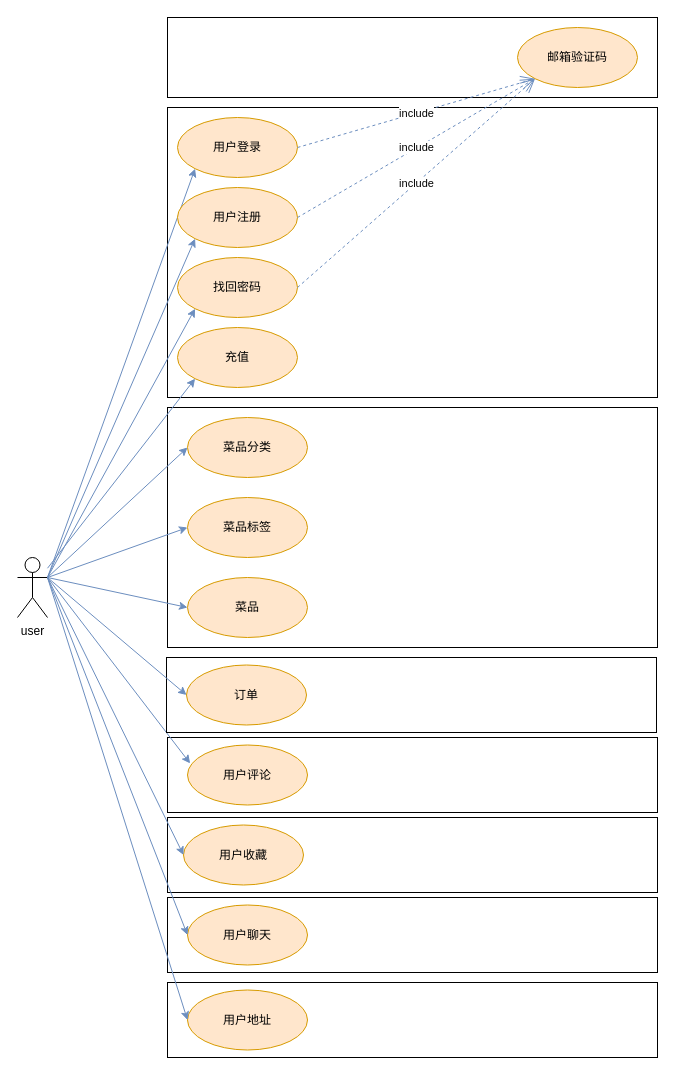
Earlier version of the draw.io diagram prds/uml用例图.drawio (matrix-johnjohn/EatGo-Ordering-App). Source tidied: cells renumbered, new cells numbered last; positions are measured from the earlier drawing's top-left corner, leaving out a move shared by most shapes. Both pictures are drawn from the tidied source at 100%, with x=0, y=0 at pixel (17, 17).
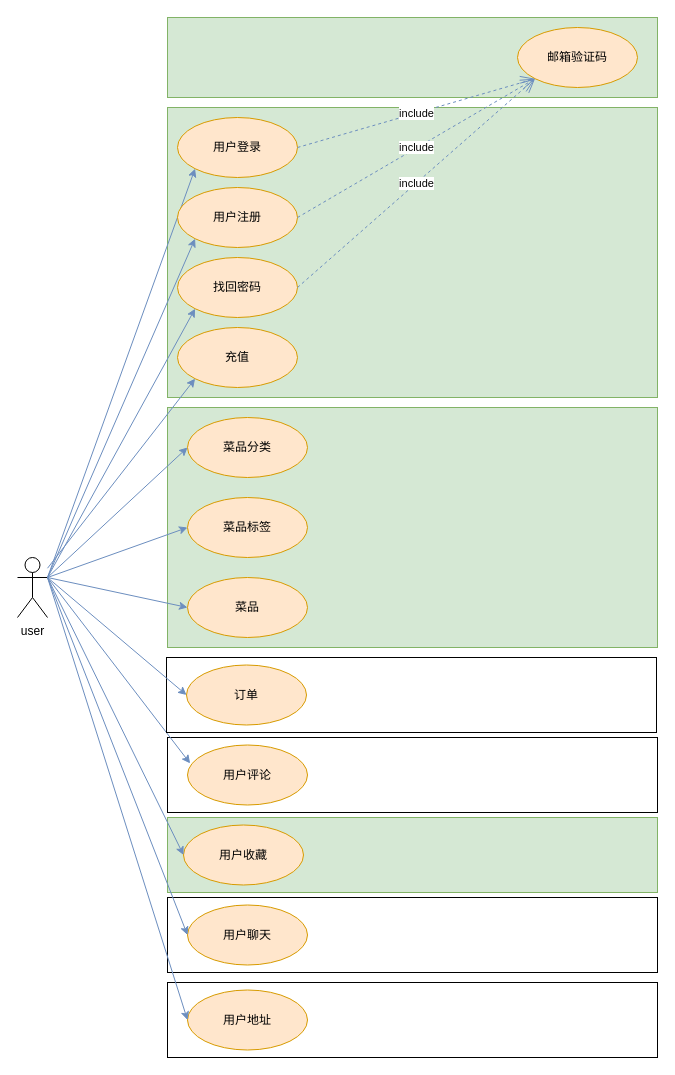
Above is the later version.

Change to the diagram source:
```diff
@@
-    <mxCell id="2" style="rounded=0;whiteSpace=wrap;html=1;" parent="1" vertex="1">
+    <mxCell id="2" style="rounded=0;whiteSpace=wrap;html=1;fillColor=#d5e8d4;strokeColor=#82b366;" parent="1" vertex="1">
       <mxGeometry x="150" width="490" height="80" as="geometry" />
     </mxCell>
@@
-    <mxCell id="4" style="rounded=0;whiteSpace=wrap;html=1;" parent="1" vertex="1">
+    <mxCell id="4" style="rounded=0;whiteSpace=wrap;html=1;fillColor=#d5e8d4;strokeColor=#82b366;" parent="1" vertex="1">
       <mxGeometry x="150" y="90" width="490" height="290" as="geometry" />
     </mxCell>
@@
-    <mxCell id="15" style="rounded=0;whiteSpace=wrap;html=1;" parent="1" vertex="1">
+    <mxCell id="15" style="rounded=0;whiteSpace=wrap;html=1;fillColor=#d5e8d4;strokeColor=#82b366;" parent="1" vertex="1">
       <mxGeometry x="150" y="390" width="490" height="240" as="geometry" />
     </mxCell>
@@
-    <mxCell id="24" style="rounded=0;whiteSpace=wrap;html=1;" parent="1" vertex="1">
+    <mxCell id="24" style="rounded=0;whiteSpace=wrap;html=1;fillColor=#d5e8d4;strokeColor=#82b366;" parent="1" vertex="1">
       <mxGeometry x="150" y="800" width="490" height="75" as="geometry" />
     </mxCell>
```
